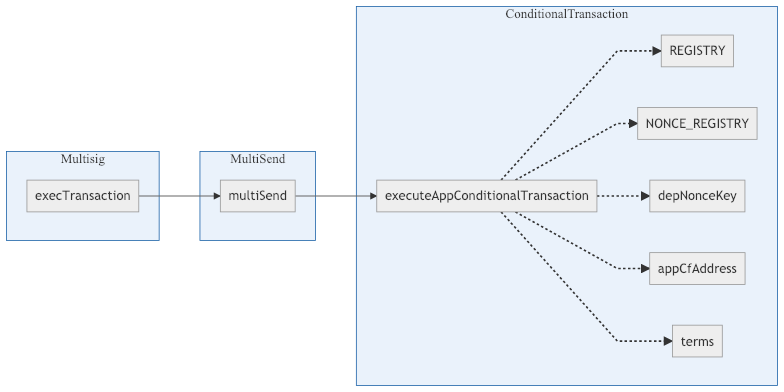
Earlier version of the Mermaid export build/setup-commitment.png (counterfactual/monorepo). Its source is kept beside it as diagrams/setup-commitment.mmd.
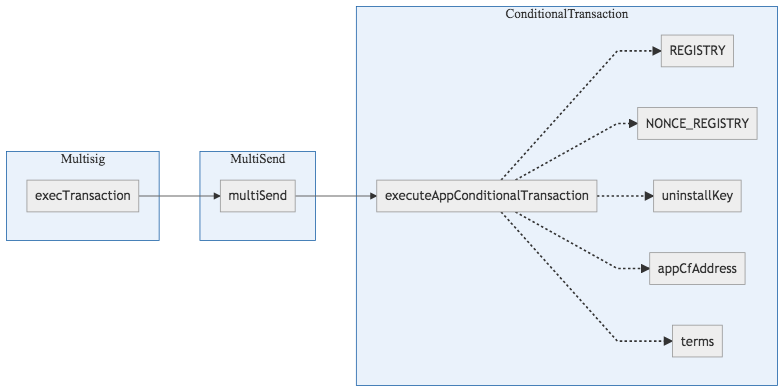
After the change.

Change to the diagram source:
```diff
@@ -3,7 +3,7 @@
         executeAppConditionalTransaction
         executeAppConditionalTransaction.->REGISTRY
         executeAppConditionalTransaction.->NONCE_REGISTRY
-        executeAppConditionalTransaction.->depNonceKey
+        executeAppConditionalTransaction.->uninstallKey
         executeAppConditionalTransaction.->appCfAddress
         executeAppConditionalTransaction.->terms
     end
```
